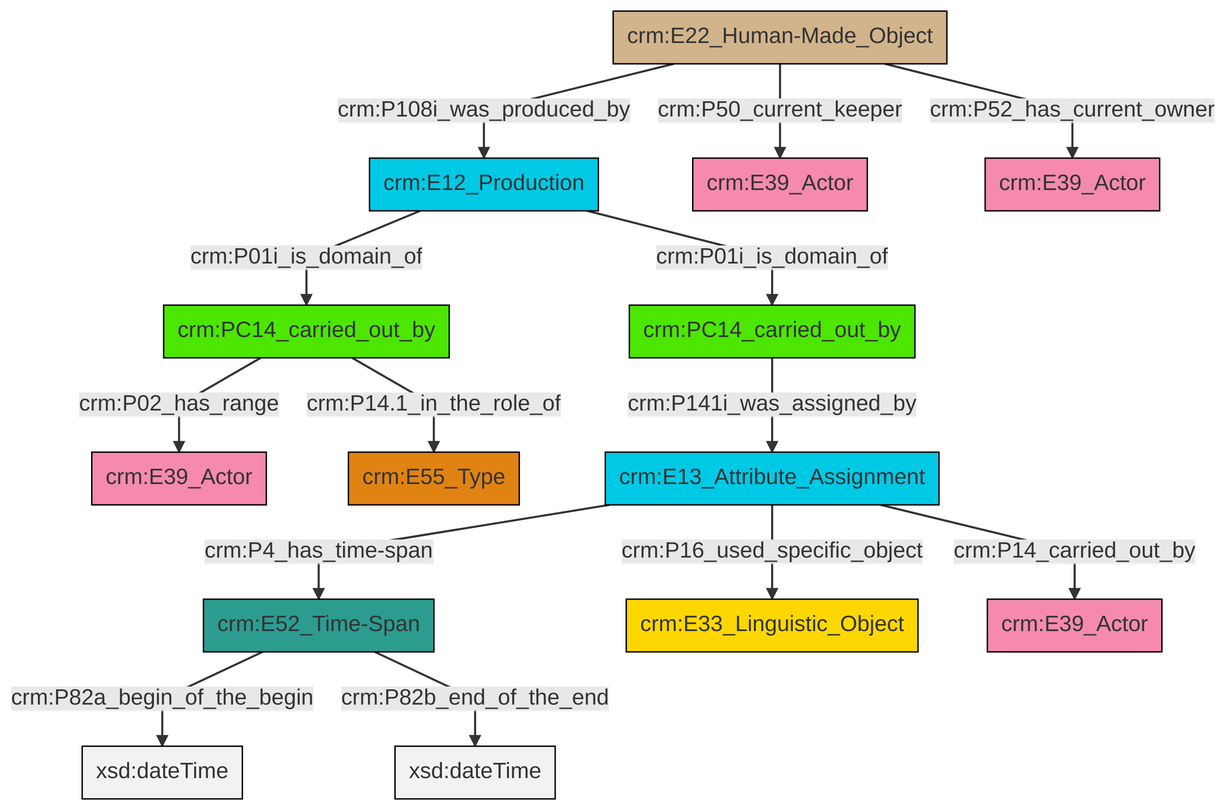
Earlier version of the Mermaid export et/carrierCSV/ttl/mmd/png/carrier_relations.png (swiss-art-research-net/docs.swissartresearch). Its source is kept beside it as et/carrierCSV/ttl/mmd/carrier_relations.ttl.mmd.
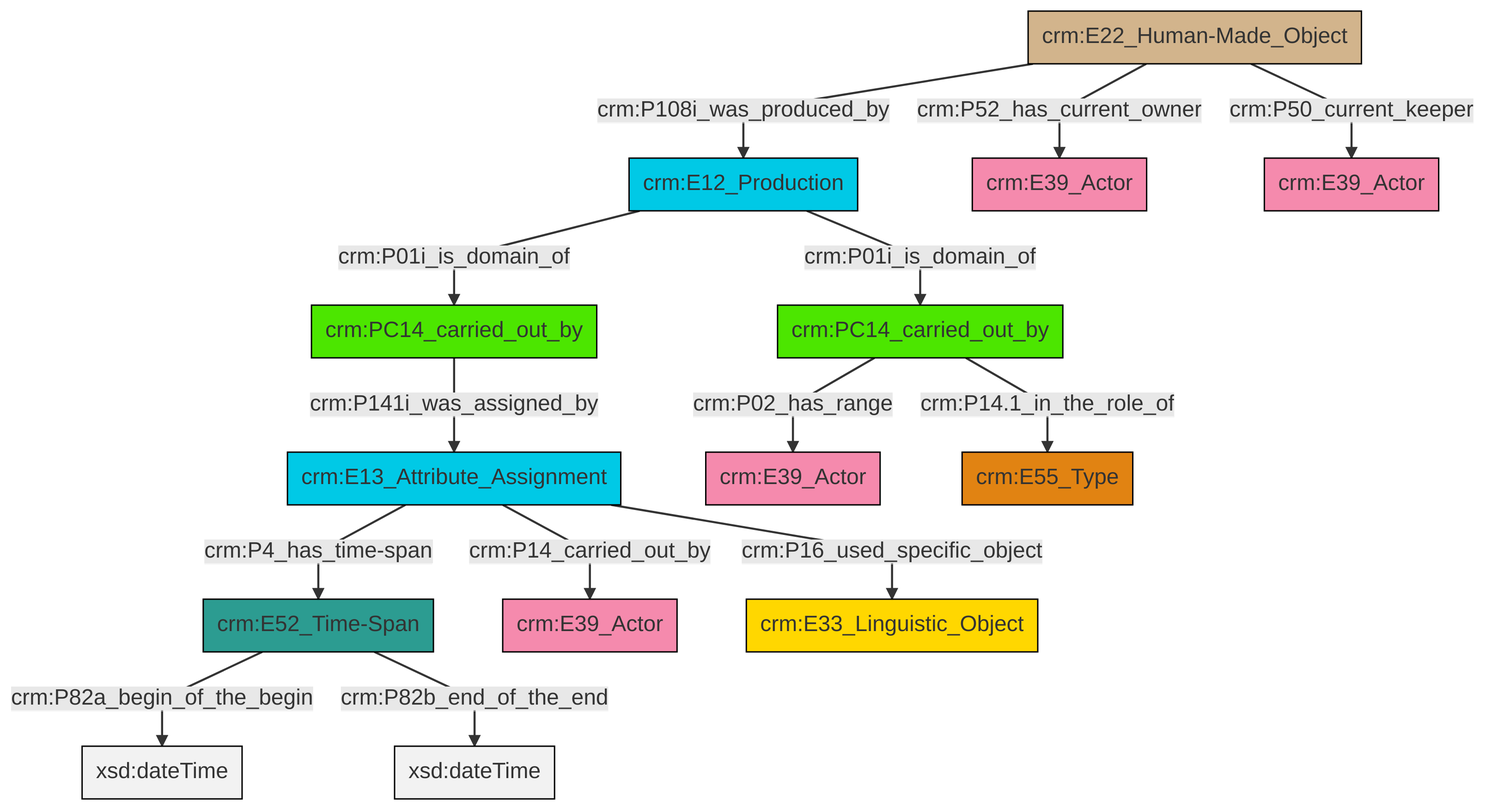
Later version of the same file.

Diff of the diagram source:
```diff
@@ -13,16 +13,16 @@
 classDef PC_Classes fill:#4ce600, stroke:#000000;
 classDef Multi fill:#cccccc,stroke:#000000;
 
-0["crm:PC14_carried_out_by"]:::PC_Classes -->|crm:P02_has_range| 1["crm:E39_Actor"]:::Actor
-2["crm:PC14_carried_out_by"]:::PC_Classes -->|crm:P141i_was_assigned_by| 3["crm:E13_Attribute_Assignment"]:::Temporal_Entity
-8["crm:E22_Human-Made_Object"]:::Physical_Thing -->|crm:P108i_was_produced_by| 4["crm:E12_Production"]:::Temporal_Entity
-4["crm:E12_Production"]:::Temporal_Entity -->|crm:P01i_is_domain_of| 0["crm:PC14_carried_out_by"]:::PC_Classes
-8["crm:E22_Human-Made_Object"]:::Physical_Thing -->|crm:P50_current_keeper| 14["crm:E39_Actor"]:::Actor
-15["crm:E52_Time-Span"]:::Time-Span -->|crm:P82a_begin_of_the_begin| 16[xsd:dateTime]:::Literal
-0["crm:PC14_carried_out_by"]:::PC_Classes -->|crm:P14.1_in_the_role_of| 17["crm:E55_Type"]:::Type
-4["crm:E12_Production"]:::Temporal_Entity -->|crm:P01i_is_domain_of| 2["crm:PC14_carried_out_by"]:::PC_Classes
-15["crm:E52_Time-Span"]:::Time-Span -->|crm:P82b_end_of_the_end| 20[xsd:dateTime]:::Literal
-8["crm:E22_Human-Made_Object"]:::Physical_Thing -->|crm:P52_has_current_owner| 18["crm:E39_Actor"]:::Actor
-3["crm:E13_Attribute_Assignment"]:::Temporal_Entity -->|crm:P4_has_time-span| 15["crm:E52_Time-Span"]:::Time-Span
-3["crm:E13_Attribute_Assignment"]:::Temporal_Entity -->|crm:P16_used_specific_object| 10["crm:E33_Linguistic_Object"]:::Conceptual_Object
-3["crm:E13_Attribute_Assignment"]:::Temporal_Entity -->|crm:P14_carried_out_by| 6["crm:E39_Actor"]:::Actor
+0["crm:PC14_carried_out_by"]:::PC_Classes -->|crm:P141i_was_assigned_by| 1["crm:E13_Attribute_Assignment"]:::Temporal_Entity
+1["crm:E13_Attribute_Assignment"]:::Temporal_Entity -->|crm:P4_has_time-span| 6["crm:E52_Time-Span"]:::Time-Span
+7["crm:E12_Production"]:::Temporal_Entity -->|crm:P01i_is_domain_of| 0["crm:PC14_carried_out_by"]:::PC_Classes
+6["crm:E52_Time-Span"]:::Time-Span -->|crm:P82a_begin_of_the_begin| 11[xsd:dateTime]:::Literal
+12["crm:PC14_carried_out_by"]:::PC_Classes -->|crm:P02_has_range| 3["crm:E39_Actor"]:::Actor
+13["crm:E22_Human-Made_Object"]:::Physical_Thing -->|crm:P108i_was_produced_by| 7["crm:E12_Production"]:::Temporal_Entity
+1["crm:E13_Attribute_Assignment"]:::Temporal_Entity -->|crm:P14_carried_out_by| 9["crm:E39_Actor"]:::Actor
+12["crm:PC14_carried_out_by"]:::PC_Classes -->|crm:P14.1_in_the_role_of| 16["crm:E55_Type"]:::Type
+6["crm:E52_Time-Span"]:::Time-Span -->|crm:P82b_end_of_the_end| 18[xsd:dateTime]:::Literal
+7["crm:E12_Production"]:::Temporal_Entity -->|crm:P01i_is_domain_of| 12["crm:PC14_carried_out_by"]:::PC_Classes
+13["crm:E22_Human-Made_Object"]:::Physical_Thing -->|crm:P52_has_current_owner| 19["crm:E39_Actor"]:::Actor
+1["crm:E13_Attribute_Assignment"]:::Temporal_Entity -->|crm:P16_used_specific_object| 14["crm:E33_Linguistic_Object"]:::Conceptual_Object
+13["crm:E22_Human-Made_Object"]:::Physical_Thing -->|crm:P50_current_keeper| 22["crm:E39_Actor"]:::Actor
```
